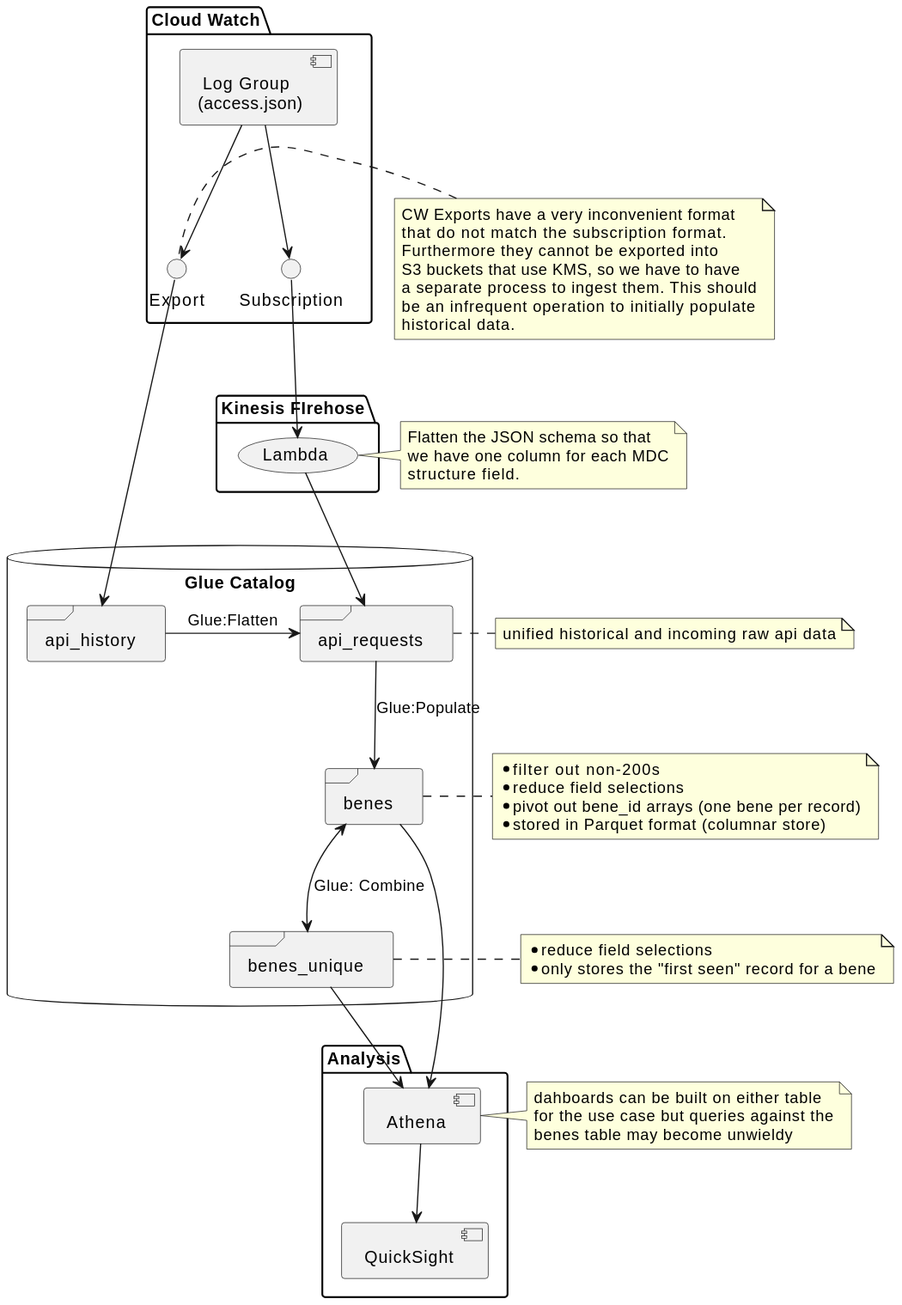
Before: insights/terraform/projects/bfd/docs/unique-bene-workflow-poc.svg, a diagram exported from PlantUML (CMSgov/beneficiary-fhir-data). The source it was exported from:
```plantuml
@startuml
database "Glue Catalog" {
  frame "api_history" as api_history {
  }
  frame "api_requests" as api_requests {
  }
  frame "benes" as benes {
  }
  frame "benes_unique" as benes_unique {
  }
}

note right of api_requests
  unified historical and incoming raw api data
end note

note right of benes
  * filter out non-200s
  * reduce field selections
  * pivot out bene_id arrays (one bene per record)
  * stored in Parquet format (columnar store)
end note

note right of benes_unique
  * reduce field selections
  * only stores the "first seen" record for a bene
end note

package "Cloud Watch" {
  [ Log Group\n(access.json) ] as L
  L --> () Export
  Export --> api_history
  L --> () Subscription
}

note left of Export
   CW Exports have a very inconvenient format
   that do not match the subscription format.
   Furthermore they cannot be exported into
   S3 buckets that use KMS, so we have to have
   a separate process to ingest them. This should
   be an infrequent operation to initially populate
   historical data.
end note

package "Kinesis FIrehose" {
(Lambda)
}

Subscription --> (Lambda)
Lambda --> api_requests

note right of Lambda
  Flatten the JSON schema so that
  we have one column for each MDC
  structure field.
end note

api_history -> api_requests : Glue:Flatten

api_requests --> benes : Glue:Populate
benes <--> benes_unique : Glue: Combine

package "Analysis" {
  [ Athena ] as A
  A --> [ QuickSight ]
  benes --> A
  benes_unique --> A
}

note right of A
  dahboards can be built on either table
  for the use case but queries against the
  benes table may become unwieldy
end note

@enduml
```
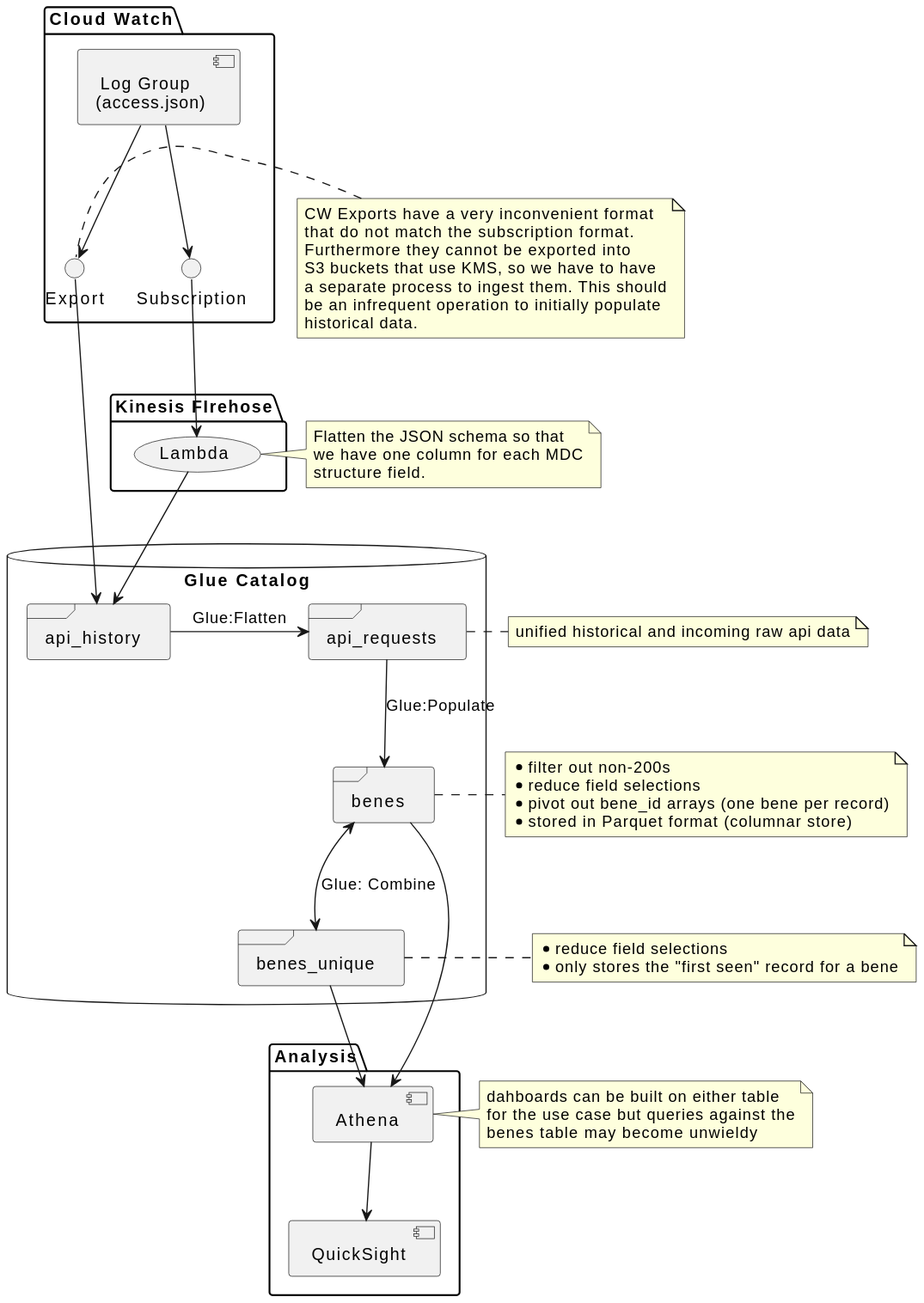
After the commit.

Diff of the diagram source:
```diff
@@ -48,7 +48,7 @@
 }
 
 Subscription --> (Lambda)
-Lambda --> api_requests
+Lambda --> api_history
 
 note right of Lambda
   Flatten the JSON schema so that
@@ -73,5 +73,4 @@
   for the use case but queries against the
   benes table may become unwieldy
 end note
-
 @enduml
```
